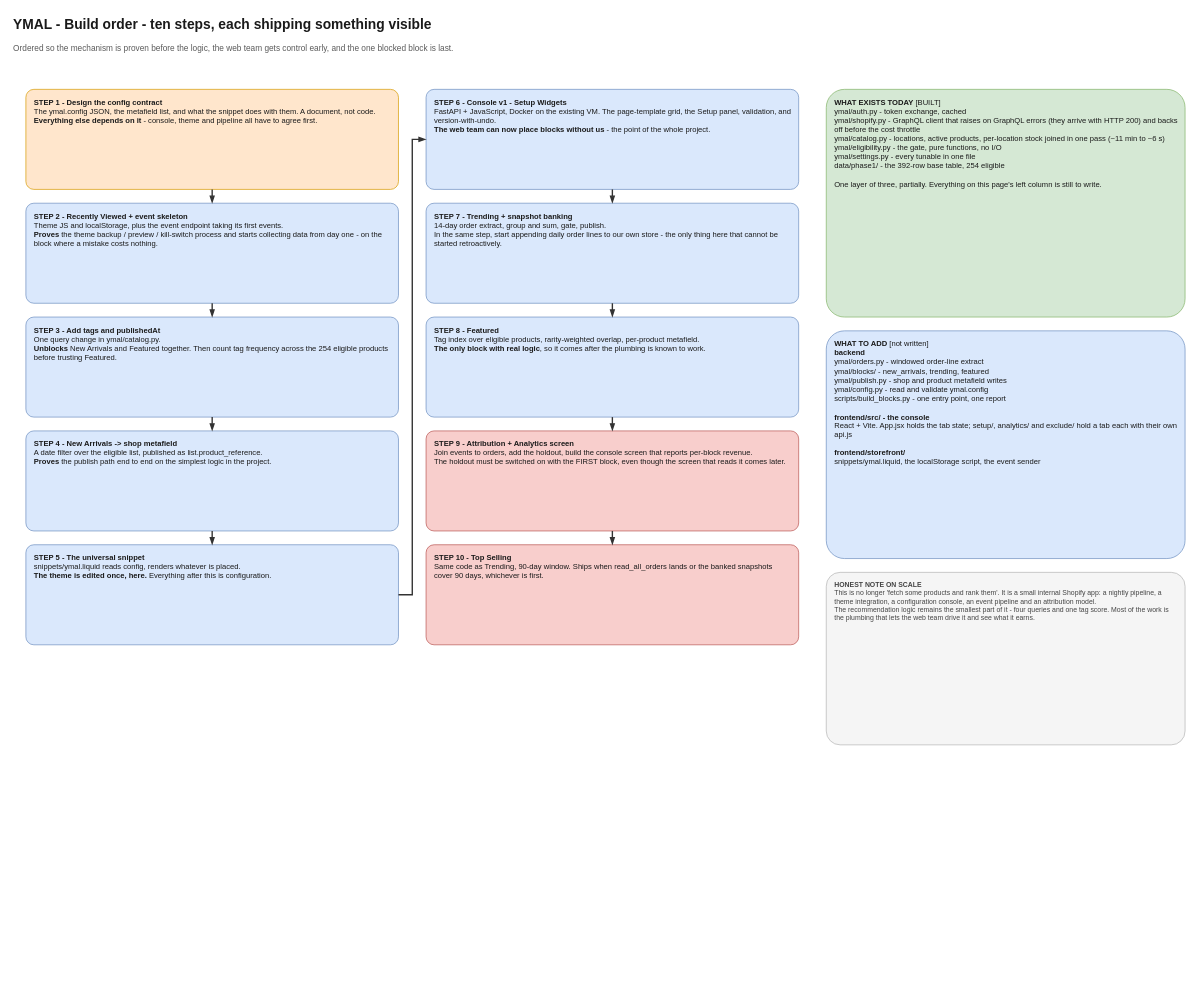
Before: page "8. Build Order and Code Map" (8 of 9) of docs/ymal-flow.drawio in Wooden-Ships-Knits/ymal-project, a draw.io diagram. Source tidied: cells renumbered, new cells numbered last; positions are measured from the earlier drawing's top-left corner, leaving out a move shared by most shapes. Both pictures are drawn from the tidied source at 69%, with x=0, y=0 at pixel (12, 12).
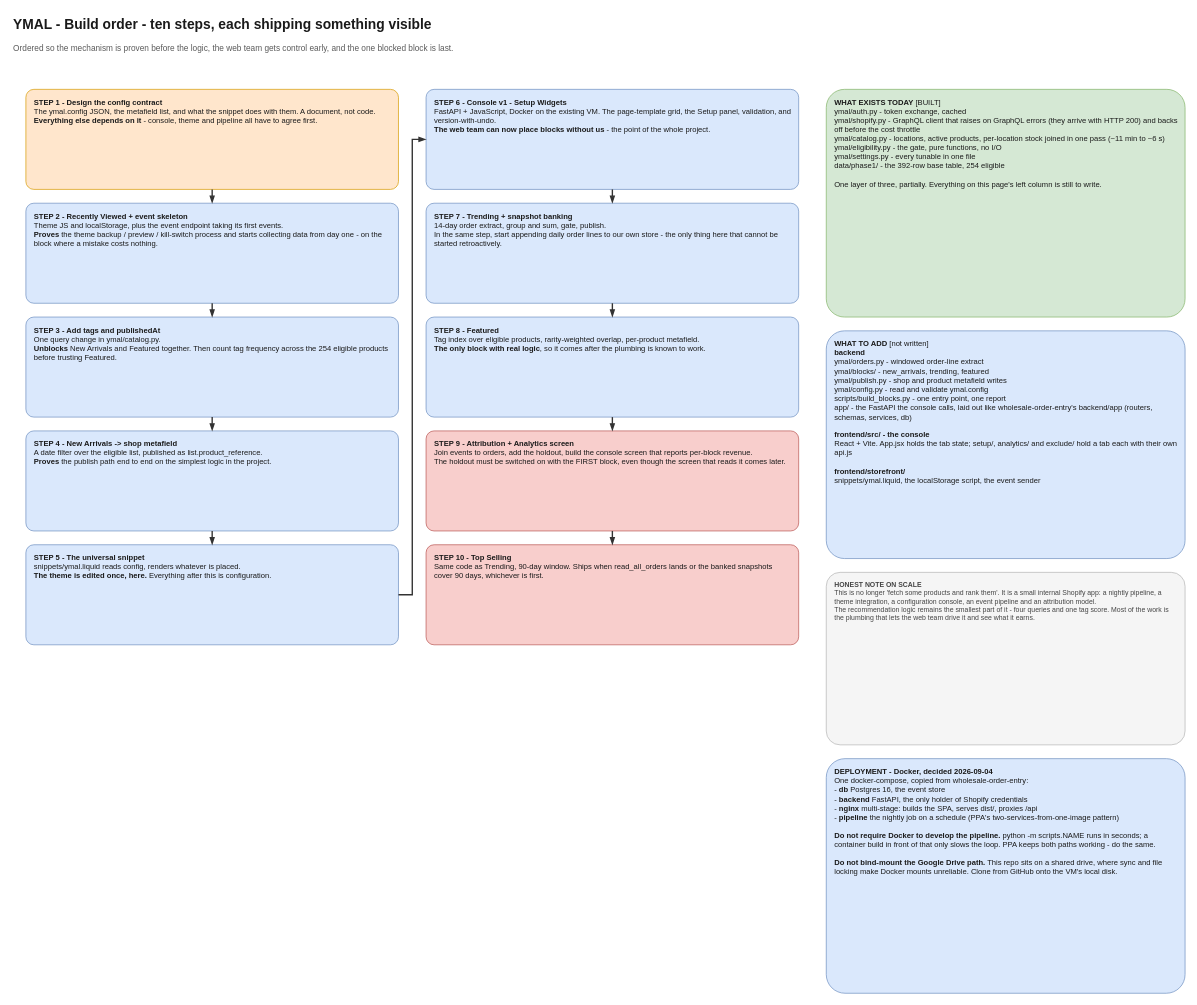
After the change.

Commit message (it also covers changes not shown here):
docs: record the Docker decision and fix drift in the anchor

Change to the diagram source:
```diff
@@
-    <mxCell id="24" value="&lt;b&gt;WHAT TO ADD&lt;/b&gt;   [not written]&lt;br&gt;&lt;b&gt;backend&lt;/b&gt;&lt;br&gt;ymal/orders.py - windowed order-line extract&lt;br&gt;ymal/blocks/ - new_arrivals, trending, featured&lt;br&gt;ymal/publish.py - shop and product metafield writes&lt;br&gt;ymal/config.py - read and validate ymal.config&lt;br&gt;scripts/build_blocks.py - one entry point, one report&lt;br&gt;&lt;br&gt;&lt;b&gt;frontend/src/ - the console&lt;/b&gt;&lt;br&gt;React + Vite. App.jsx holds the tab state; setup/, analytics/ and exclude/ hold a tab each with their own api.js&lt;br&gt;&lt;br&gt;&lt;b&gt;frontend/storefront/&lt;/b&gt;&lt;br&gt;snippets/ymal.liquid, the localStorage script, the event sender" style="rounded=1;whiteSpace=wrap;html=1;fillColor=#DAE8FC;strokeColor=#6C8EBF;align=left;verticalAlign=top;spacingLeft=10;spacingRight=10;spacingTop=6;spacingBottom=6;fontSize=11;fontColor=#1A1A1A;arcSize=8;" parent="1" vertex="1">
+    <mxCell id="24" value="&lt;b&gt;WHAT TO ADD&lt;/b&gt;   [not written]&lt;br&gt;&lt;b&gt;backend&lt;/b&gt;&lt;br&gt;ymal/orders.py - windowed order-line extract&lt;br&gt;ymal/blocks/ - new_arrivals, trending, featured&lt;br&gt;ymal/publish.py - shop and product metafield writes&lt;br&gt;ymal/config.py - read and validate ymal.config&lt;br&gt;scripts/build_blocks.py - one entry point, one report&lt;br&gt;app/ - the FastAPI the console calls, laid out like wholesale-order-entry's backend/app (routers, schemas, services, db)&lt;br&gt;&lt;br&gt;&lt;b&gt;frontend/src/ - the console&lt;/b&gt;&lt;br&gt;React + Vite. App.jsx holds the tab state; setup/, analytics/ and exclude/ hold a tab each with their own api.js&lt;br&gt;&lt;br&gt;&lt;b&gt;frontend/storefront/&lt;/b&gt;&lt;br&gt;snippets/ymal.liquid, the localStorage script, the event sender" style="rounded=1;whiteSpace=wrap;html=1;fillColor=#DAE8FC;strokeColor=#6C8EBF;align=left;verticalAlign=top;spacingLeft=10;spacingRight=10;spacingTop=6;spacingBottom=6;fontSize=11;fontColor=#1A1A1A;arcSize=8;" parent="1" vertex="1">
       <mxGeometry x="1180" y="462" width="520" height="330" as="geometry" />
     </mxCell>
@@
+    <mxCell id="26" value="&lt;b&gt;DEPLOYMENT - Docker, decided 2026-09-04&lt;/b&gt;&lt;br&gt;One docker-compose, copied from wholesale-order-entry:&lt;br&gt;- &lt;b&gt;db&lt;/b&gt; Postgres 16, the event store&lt;br&gt;- &lt;b&gt;backend&lt;/b&gt; FastAPI, the only holder of Shopify credentials&lt;br&gt;- &lt;b&gt;nginx&lt;/b&gt; multi-stage: builds the SPA, serves dist/, proxies /api&lt;br&gt;- &lt;b&gt;pipeline&lt;/b&gt; the nightly job on a schedule (PPA's two-services-from-one-image pattern)&lt;br&gt;&lt;br&gt;&lt;b&gt;Do not require Docker to develop the pipeline.&lt;/b&gt; python -m scripts.NAME runs in seconds; a container build in front of that only slows the loop. PPA keeps both paths working - do the same.&lt;br&gt;&lt;br&gt;&lt;b&gt;Do not bind-mount the Google Drive path.&lt;/b&gt; This repo sits on a shared drive, where sync and file locking make Docker mounts unreliable. Clone from GitHub onto the VM's local disk." style="rounded=1;whiteSpace=wrap;html=1;fillColor=#DAE8FC;strokeColor=#6C8EBF;align=left;verticalAlign=top;spacingLeft=10;spacingRight=10;spacingTop=6;spacingBottom=6;fontSize=11;fontColor=#1A1A1A;arcSize=8;" parent="1" vertex="1">
+      <mxGeometry x="1180" y="1082" width="520" height="340" as="geometry" />
+    </mxCell>
```
